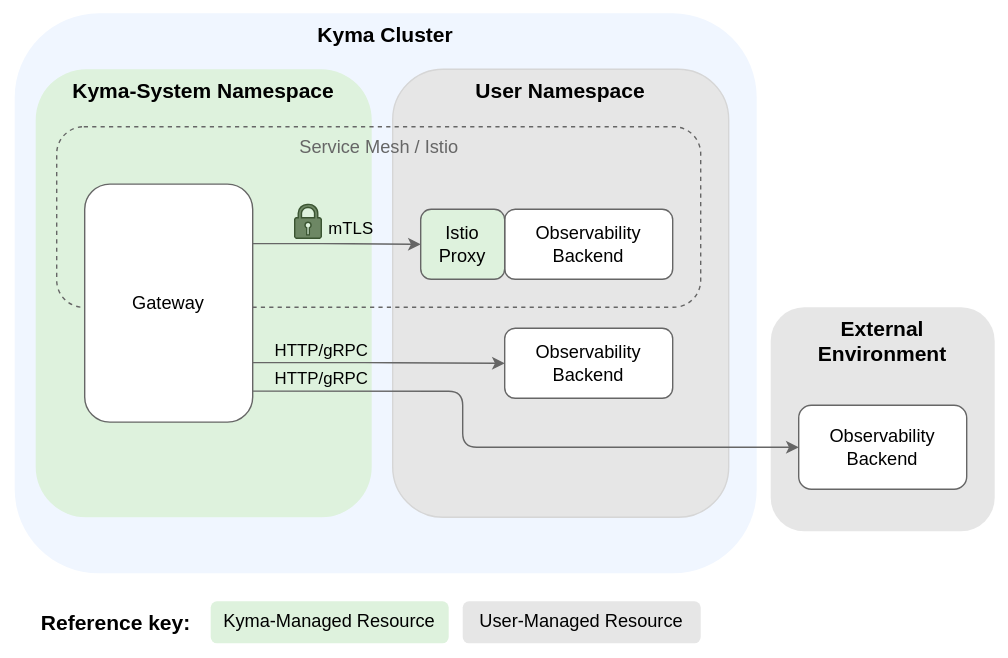
The draw.io diagram docs/user/assets/istio-output.drawio.svg in kyma-project/telemetry-manager, before a commit. Source tidied: cells renumbered, new cells last; positions are measured from the earlier drawing's top-left corner, leaving out a move shared by most shapes.
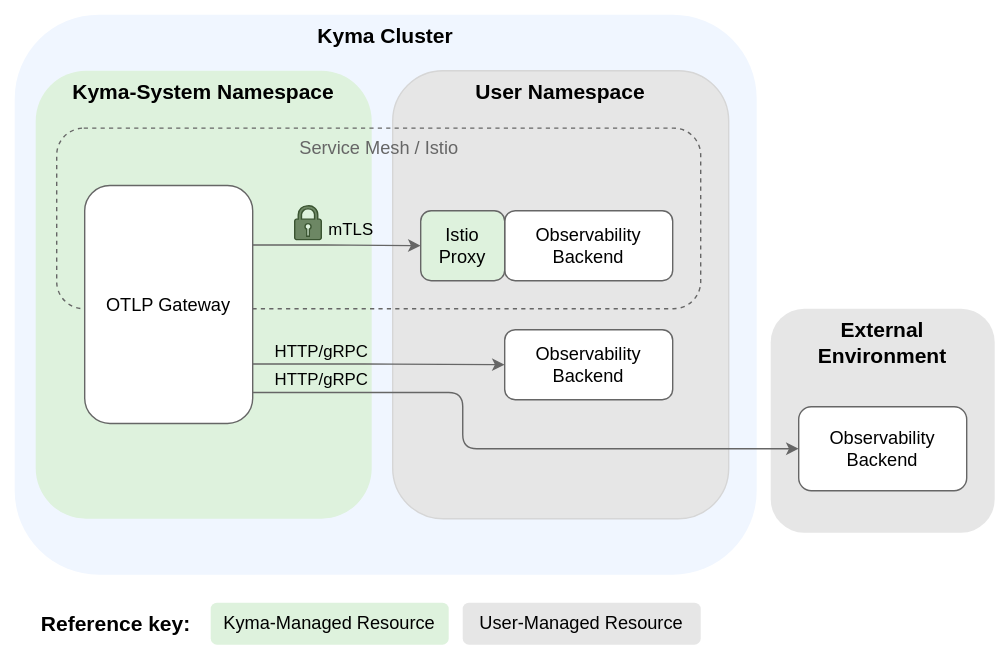
After the change.

What changed in the source:
```diff
@@ -17,7 +17,7 @@
     <mxCell id="6" value="&lt;font color=&quot;#666666&quot; style=&quot;font-size: 13px;&quot;&gt;Service Mesh / Istio&lt;br style=&quot;font-size: 13px;&quot;&gt;&lt;/font&gt;" style="html=1;fillColor=none;strokeColor=#666666;rounded=1;dashed=1;verticalAlign=top;fontSize=13;" parent="1" vertex="1">
       <mxGeometry x="40" y="91" width="460" height="129" as="geometry" />
     </mxCell>
-    <mxCell id="7" value="Gateway" style="rounded=1;whiteSpace=wrap;html=1;fontSize=13;strokeColor=#666666;fillColor=#FFFFFF;fontColor=#000000;" parent="1" vertex="1">
+    <mxCell id="7" value="OTLP Gateway" style="rounded=1;whiteSpace=wrap;html=1;fontSize=13;strokeColor=#666666;fillColor=#FFFFFF;fontColor=#000000;" parent="1" vertex="1">
       <mxGeometry x="60" y="132" width="120" height="170" as="geometry" />
     </mxCell>
     <mxCell id="8" value="&lt;font style=&quot;font-size: 15px;&quot;&gt;&lt;b&gt;Reference key:&lt;/b&gt;&lt;/font&gt;" style="text;html=1;align=center;verticalAlign=middle;strokeColor=none;fillColor=default;" parent="1" vertex="1">
```
